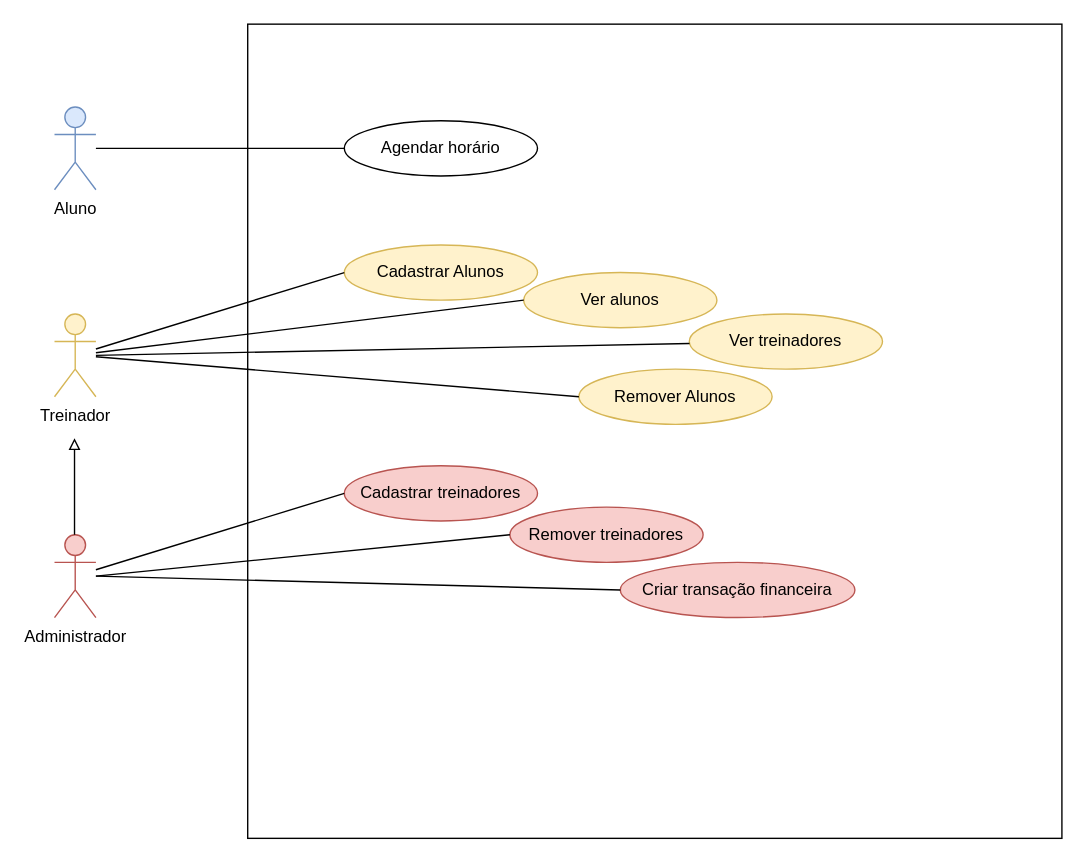
This is casos de uso.drawio from gyma-project/gyma-docs, a draw.io file, before an edit. Source tidied: cells renumbered, new cells numbered last; positions are measured from the earlier drawing's top-left corner, leaving out a move shared by most shapes. Both pictures are drawn from the tidied source at 138%, with x=0, y=0 at pixel (54, 23).
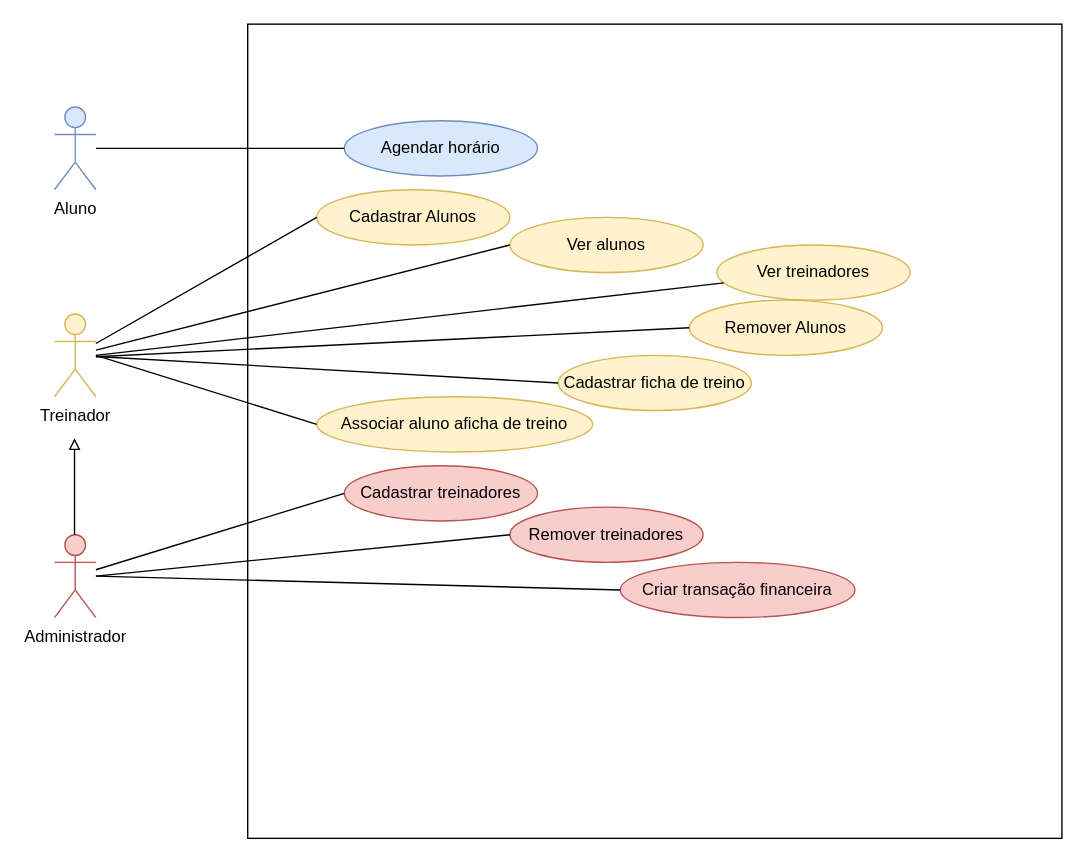
After the change.

Commit message:
feat: finalizando casos de uso

Unchanged cells that the change refers to:
```xml
<mxCell id="3" value="Treinador" style="shape=umlActor;verticalLabelPosition=bottom;verticalAlign=top;html=1;outlineConnect=0;fillColor=#fff2cc;strokeColor=#d6b656;" parent="1" vertex="1">
  <mxGeometry y="210" width="30" height="60" as="geometry" />
</mxCell>
```

What changed in the source:
```diff
@@
     <mxCell id="6" value="Cadastrar Alunos" style="ellipse;whiteSpace=wrap;html=1;fillColor=#fff2cc;strokeColor=#d6b656;" parent="1" vertex="1">
-      <mxGeometry x="210" y="160" width="140" height="40" as="geometry" />
+      <mxGeometry x="190" y="120" width="140" height="40" as="geometry" />
     </mxCell>
     <mxCell id="7" value="Ver alunos" style="ellipse;whiteSpace=wrap;html=1;fillColor=#fff2cc;strokeColor=#d6b656;" parent="1" vertex="1">
-      <mxGeometry x="340" y="180" width="140" height="40" as="geometry" />
+      <mxGeometry x="330" y="140" width="140" height="40" as="geometry" />
     </mxCell>
     <mxCell id="8" value="Ver treinadores" style="ellipse;whiteSpace=wrap;html=1;fillColor=#fff2cc;strokeColor=#d6b656;" parent="1" vertex="1">
-      <mxGeometry x="460" y="210" width="140" height="40" as="geometry" />
+      <mxGeometry x="480" y="160" width="140" height="40" as="geometry" />
     </mxCell>
     <mxCell id="9" value="Remover Alunos" style="ellipse;whiteSpace=wrap;html=1;fillColor=#fff2cc;strokeColor=#d6b656;" parent="1" vertex="1">
-      <mxGeometry x="380" y="250" width="140" height="40" as="geometry" />
+      <mxGeometry x="460" y="200" width="140" height="40" as="geometry" />
     </mxCell>
@@
-    <mxCell id="21" value="Agendar horário" style="ellipse;whiteSpace=wrap;html=1;fillColor=none;" parent="1" vertex="1">
+    <mxCell id="21" value="Agendar horário" style="ellipse;whiteSpace=wrap;html=1;fillColor=#dae8fc;strokeColor=#6c8ebf;" parent="1" vertex="1">
       <mxGeometry x="210" y="70" width="140" height="40" as="geometry" />
     </mxCell>
@@
+    <mxCell id="23" value="Cadastrar ficha de treino" style="ellipse;whiteSpace=wrap;html=1;fillColor=#fff2cc;strokeColor=#d6b656;" parent="1" vertex="1">
+      <mxGeometry x="365" y="240" width="140" height="40" as="geometry" />
+    </mxCell>
+    <mxCell id="24" style="endArrow=none;html=1;entryX=0;entryY=0.5;entryDx=0;entryDy=0;" parent="1" edge="1" source="3" target="23">
+      <mxGeometry relative="1" as="geometry" />
+    </mxCell>
+    <mxCell id="25" value="Associar aluno aficha de treino" style="ellipse;whiteSpace=wrap;html=1;fillColor=#fff2cc;strokeColor=#d6b656;" parent="1" vertex="1">
+      <mxGeometry x="190" y="270" width="200" height="40" as="geometry" />
+    </mxCell>
+    <mxCell id="26" style="endArrow=none;html=1;entryX=0;entryY=0.5;entryDx=0;entryDy=0;" parent="1" edge="1" target="25">
+      <mxGeometry relative="1" as="geometry">
+        <mxPoint x="30" y="240" as="sourcePoint" />
+      </mxGeometry>
+    </mxCell>
```
